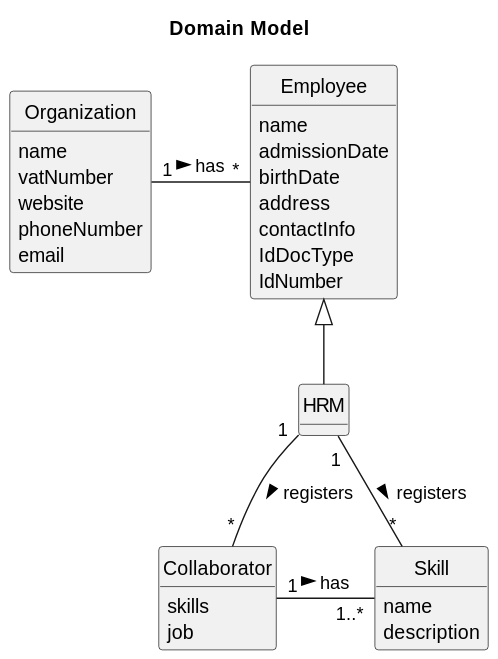
Earlier version of the PlantUML export docs/sprintA/us004/02.analysis/svg/us004-domain-model.svg (Rui-San/LAPR2_2023_2024).
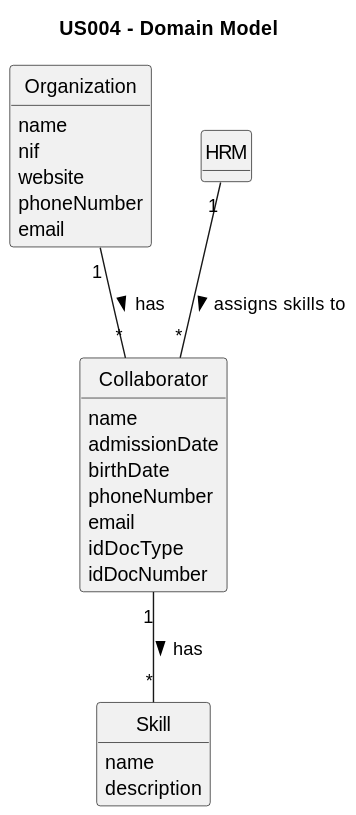
The same diagram one commit later.

Commit message:
Created SVG files for US01, US02, US03 and US04 Domain Models

Change to the diagram source:
```diff
@@ -2,28 +2,26 @@
 skinparam monochrome true
 skinparam packageStyle rectangle
 skinparam shadowing false
+
+
 skinparam classAttributeIconSize 0
+
 hide circle
 hide methods
 
-title Domain Model
+title US004 - Domain Model
 
 class Organization {
     name
-    vatNumber
+    nif
     website
     phoneNumber
     email
 }
 
-class Employee {
+class Skill{
     name
-    admissionDate
-    birthDate
-    address
-    contactInfo
-    IdDocType
-    IdNumber
+    description
 }
 
 class HRM{
@@ -31,18 +29,16 @@
 }
 
 class Collaborator{
-    skills
-    job
+    name
+    admissionDate
+    birthDate
+    phoneNumber
+    email
+    idDocType
+    idDocNumber
 }
 
-class Skill{
-    name
-    description
-}
-
-Organization "1" --right "*" Employee : "has >"
-HRM --up|> Employee
-HRM "1" -- "*" Collaborator : "registers >"
-HRM "1" -- "*" Skill : "registers >"
-Collaborator "1" --right "1..*" Skill : "has >"
+Organization "1" -- "*" Collaborator : "has >"
+HRM "1" -- "*" Collaborator : "assigns skills to >"
+Collaborator "1" -- "*" Skill : "has >"
 @enduml
```
